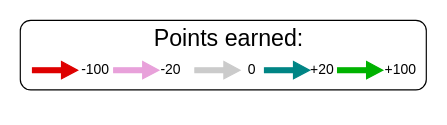
This is frontend/rewards.drawio from LBrinkmann/reward-networks-iii-experiment, a draw.io file, before an edit. Source tidied: cells renumbered, new cells numbered last; positions are measured from the earlier drawing's top-left corner, leaving out a move shared by most shapes. Both pictures are drawn from the tidied source at 116%, with x=0, y=0 at pixel (20, 20).
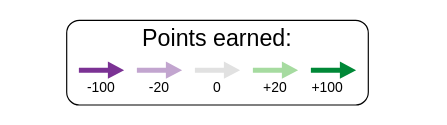
The same page after the edit.

Change to the diagram source:
```diff
@@
 <mxGraphModel>
   <root>
     <mxCell id="0" />
     <mxCell id="1" parent="0" />
     <mxCell id="2" style="rounded=1;whiteSpace=wrap;html=1;" parent="1" vertex="1">
-      <mxGeometry width="350" height="60" as="geometry" />
+      <mxGeometry x="40" width="260" height="73" as="geometry" />
     </mxCell>
-    <mxCell id="3" style="group;" parent="1" vertex="1">
-      <mxGeometry x="10" y="30.5" width="80" height="25" as="geometry" />
-    </mxCell>
-    <mxCell id="4" style="shape=flexArrow;endArrow=classic;html=1;rounded=0;endWidth=9.696969696969697;endSize=4.333333333333334;width=4.242424242424242;fillColor=#de0000;strokeColor=#de0000;" parent="3" edge="1" target="5">
-      <mxGeometry relative="1" as="geometry">
-        <mxPoint y="12.5" as="sourcePoint" />
-      </mxGeometry>
-    </mxCell>
+    <mxCell id="8" style="shape=flexArrow;endArrow=classic;html=1;rounded=0;endWidth=9.696969696969697;endSize=4.333333333333334;width=4.242424242424242;fillColor=#e1e1e1;strokeColor=none;" parent="1" edge="1">
+      <mxGeometry relative="1" as="geometry">
+        <mxPoint x="150" y="43" as="sourcePoint" />
+        <mxPoint x="190" y="43" as="targetPoint" />
+      </mxGeometry>
+    </mxCell>
+    <mxCell id="10" style="shape=flexArrow;endArrow=classic;html=1;rounded=0;endWidth=9.696969696969697;endSize=4.333333333333334;width=4.242424242424242;fillColor=#a6dba0;strokeColor=none;" parent="1" edge="1">
+      <mxGeometry relative="1" as="geometry">
+        <mxPoint x="200" y="43" as="sourcePoint" />
+        <mxPoint x="240" y="43" as="targetPoint" />
+      </mxGeometry>
+    </mxCell>
+    <mxCell id="12" style="shape=flexArrow;endArrow=classic;html=1;rounded=0;endWidth=9.696969696969697;endSize=4.333333333333334;width=4.242424242424242;fillColor=#008837;strokeColor=none;" parent="1" edge="1">
+      <mxGeometry relative="1" as="geometry">
+        <mxPoint x="250" y="43" as="sourcePoint" />
+        <mxPoint x="290" y="43" as="targetPoint" />
+      </mxGeometry>
+    </mxCell>
+    <mxCell id="14" value="Points earned:" style="text;html=1;strokeColor=none;fillColor=none;align=center;verticalAlign=middle;whiteSpace=wrap;rounded=0;fontSize=20;" parent="1" vertex="1">
+      <mxGeometry x="45" width="250" height="30" as="geometry" />
+    </mxCell>
+    <mxCell id="15" style="shape=flexArrow;endArrow=classic;html=1;rounded=0;endWidth=9.696969696969697;endSize=4.333333333333334;width=4.242424242424242;fillColor=#c2a5cf;strokeColor=none;" parent="1" edge="1">
+      <mxGeometry relative="1" as="geometry">
+        <mxPoint x="100" y="43" as="sourcePoint" />
+        <mxPoint x="140" y="43" as="targetPoint" />
+      </mxGeometry>
+    </mxCell>
+    <mxCell id="16" style="shape=flexArrow;endArrow=classic;html=1;rounded=0;endWidth=9.696969696969697;endSize=4.333333333333334;width=4.242424242424242;fillColor=#7b3294;strokeColor=none;" parent="1" edge="1">
+      <mxGeometry relative="1" as="geometry">
+        <mxPoint x="50" y="43" as="sourcePoint" />
+        <mxPoint x="90" y="43" as="targetPoint" />
+      </mxGeometry>
+    </mxCell>
-    <mxCell id="5" value="-100" style="text;html=1;strokeColor=none;fillColor=none;align=center;verticalAlign=middle;whiteSpace=wrap;rounded=0;" parent="3" vertex="1">
-      <mxGeometry x="40" width="30" height="25" as="geometry" />
+    <mxCell id="5" value="-100" style="text;html=1;strokeColor=none;fillColor=none;align=center;verticalAlign=middle;whiteSpace=wrap;rounded=0;" parent="1" vertex="1">
+      <mxGeometry x="40" y="43" width="60" height="30" as="geometry" />
     </mxCell>
-    <mxCell id="6" style="shape=flexArrow;endArrow=classic;html=1;rounded=0;endWidth=9.696969696969697;endSize=4.333333333333334;width=4.242424242424242;fillColor=#e8a1da;strokeColor=#e8a1da;" parent="1" edge="1" target="7">
-      <mxGeometry relative="1" as="geometry">
-        <mxPoint x="80" y="43" as="sourcePoint" />
-      </mxGeometry>
-    </mxCell>
     <mxCell id="7" value="-20" style="text;html=1;strokeColor=none;fillColor=none;align=center;verticalAlign=middle;whiteSpace=wrap;rounded=0;" parent="1" vertex="1">
-      <mxGeometry x="120" y="30.5" width="20" height="25" as="geometry" />
+      <mxGeometry x="90" y="43" width="60" height="30" as="geometry" />
     </mxCell>
-    <mxCell id="8" style="shape=flexArrow;endArrow=classic;html=1;rounded=0;endWidth=9.696969696969697;endSize=4.333333333333334;width=4.242424242424242;fillColor=#cbcbcb;strokeColor=#cbcbcb;" parent="1" edge="1" target="9">
-      <mxGeometry relative="1" as="geometry">
-        <mxPoint x="150" y="43" as="sourcePoint" />
-      </mxGeometry>
-    </mxCell>
     <mxCell id="9" value="0" style="text;html=1;strokeColor=none;fillColor=none;align=center;verticalAlign=middle;whiteSpace=wrap;rounded=0;" parent="1" vertex="1">
-      <mxGeometry x="190" y="30.5" width="20" height="25" as="geometry" />
+      <mxGeometry x="140" y="43" width="60" height="30" as="geometry" />
     </mxCell>
-    <mxCell id="10" style="shape=flexArrow;endArrow=classic;html=1;rounded=0;endWidth=9.696969696969697;endSize=4.333333333333334;width=4.242424242424242;fillColor=#008585;strokeColor=#008585;" parent="1" edge="1" target="11">
-      <mxGeometry relative="1" as="geometry">
-        <mxPoint x="210" y="43" as="sourcePoint" />
-      </mxGeometry>
-    </mxCell>
     <mxCell id="11" value="+20" style="text;html=1;strokeColor=none;fillColor=none;align=center;verticalAlign=middle;whiteSpace=wrap;rounded=0;" parent="1" vertex="1">
-      <mxGeometry x="250" y="30.5" width="21" height="25" as="geometry" />
+      <mxGeometry x="190" y="43" width="60" height="30" as="geometry" />
     </mxCell>
-    <mxCell id="12" style="shape=flexArrow;endArrow=classic;html=1;rounded=0;endWidth=9.696969696969697;endSize=4.333333333333334;width=4.242424242424242;fillColor=#00b200;strokeColor=#00b200;" parent="1" edge="1" target="13">
-      <mxGeometry relative="1" as="geometry">
-        <mxPoint x="273" y="43" as="sourcePoint" />
-      </mxGeometry>
-    </mxCell>
     <mxCell id="13" value="+100" style="text;html=1;strokeColor=none;fillColor=none;align=center;verticalAlign=middle;whiteSpace=wrap;rounded=0;" parent="1" vertex="1">
-      <mxGeometry x="313" y="30.5" width="30" height="25" as="geometry" />
+      <mxGeometry x="240" y="43" width="50" height="30" as="geometry" />
     </mxCell>
-    <mxCell id="14" value="Points earned:" style="text;html=1;strokeColor=none;fillColor=none;align=center;verticalAlign=middle;whiteSpace=wrap;rounded=0;fontSize=20;" parent="1" vertex="1">
-      <mxGeometry x="55" width="250" height="30" as="geometry" />
-    </mxCell>
   </root>
 </mxGraphModel>
```
